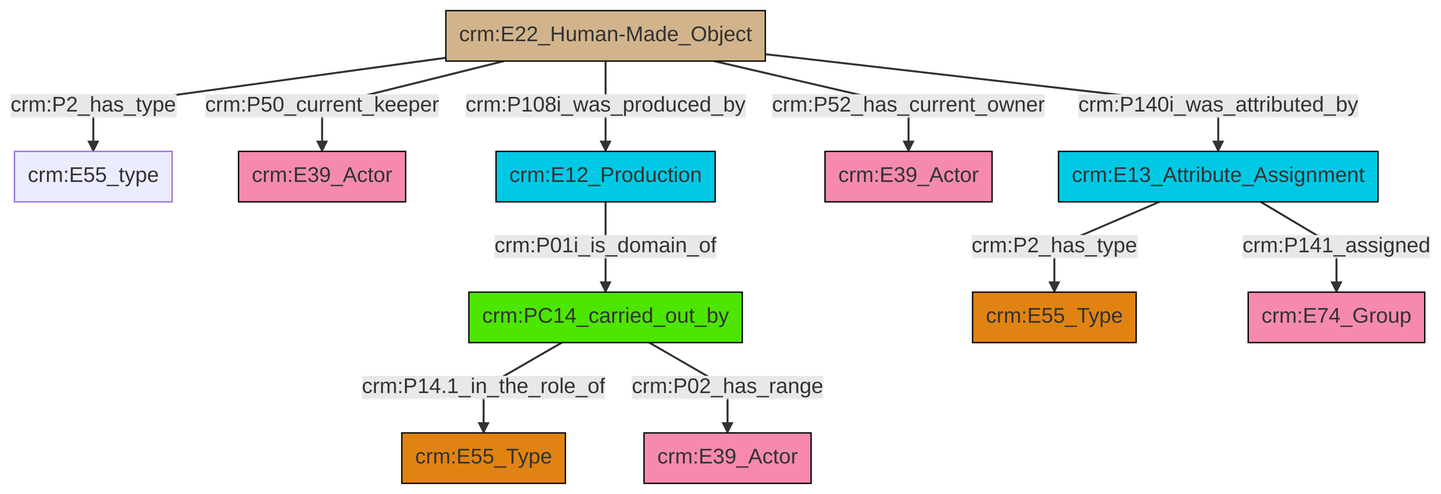
Earlier version of the Mermaid export et/artworkCSV/ttl/mmd/png/Artwork_Actor_Relations.png (swiss-art-research-net/docs.swissartresearch). Its source is kept beside it as et/artworkCSV/ttl/mmd/Artwork_Actor_Relations.ttl.mmd.
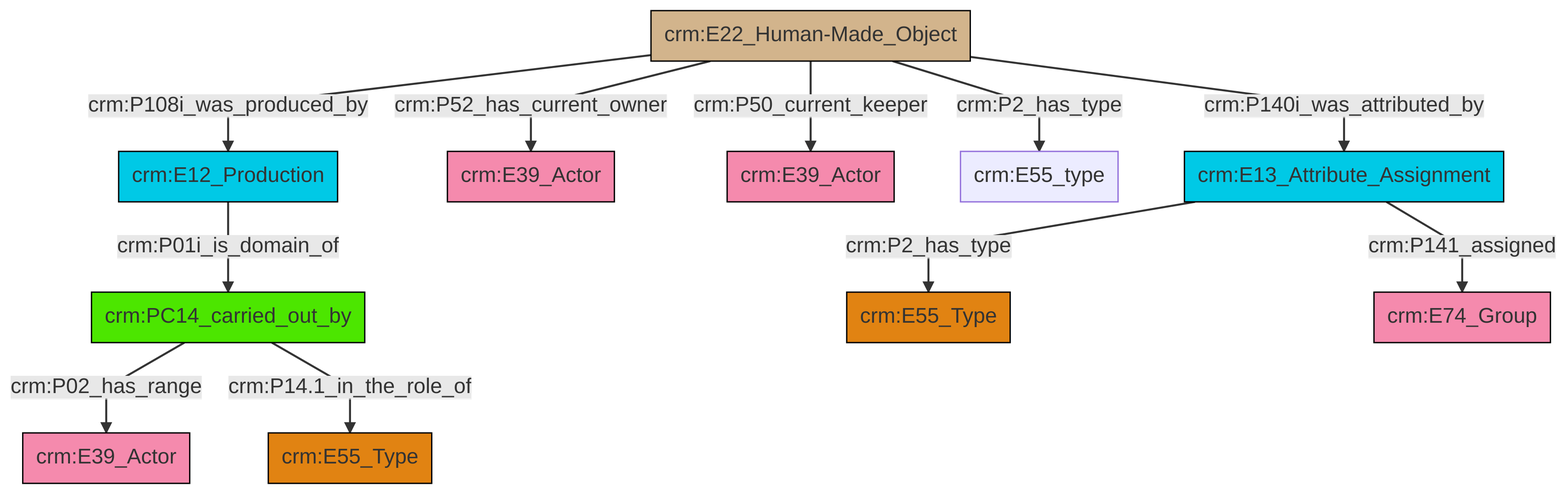
After the change.

What changed in the source:
```diff
@@ -13,13 +13,13 @@
 classDef PC_Classes fill:#4ce600, stroke:#000000;
 classDef Multi fill:#cccccc,stroke:#000000;
 
-0["crm:E22_Human-Made_Object"]:::Physical_Thing -->|crm:P2_has_type| 1["crm:E55_type"]:::Default
-0["crm:E22_Human-Made_Object"]:::Physical_Thing -->|crm:P50_current_keeper| 2["crm:E39_Actor"]:::Actor
-0["crm:E22_Human-Made_Object"]:::Physical_Thing -->|crm:P108i_was_produced_by| 7["crm:E12_Production"]:::Temporal_Entity
-10["crm:PC14_carried_out_by"]:::PC_Classes -->|crm:P14.1_in_the_role_of| 5["crm:E55_Type"]:::Type
-10["crm:PC14_carried_out_by"]:::PC_Classes -->|crm:P02_has_range| 11["crm:E39_Actor"]:::Actor
-0["crm:E22_Human-Made_Object"]:::Physical_Thing -->|crm:P52_has_current_owner| 8["crm:E39_Actor"]:::Actor
-0["crm:E22_Human-Made_Object"]:::Physical_Thing -->|crm:P140i_was_attributed_by| 12["crm:E13_Attribute_Assignment"]:::Temporal_Entity
-7["crm:E12_Production"]:::Temporal_Entity -->|crm:P01i_is_domain_of| 10["crm:PC14_carried_out_by"]:::PC_Classes
-12["crm:E13_Attribute_Assignment"]:::Temporal_Entity -->|crm:P2_has_type| 3["crm:E55_Type"]:::Type
-12["crm:E13_Attribute_Assignment"]:::Temporal_Entity -->|crm:P141_assigned| 20["crm:E74_Group"]:::Actor
+2["crm:E22_Human-Made_Object"]:::Physical_Thing -->|crm:P108i_was_produced_by| 6["crm:E12_Production"]:::Temporal_Entity
+2["crm:E22_Human-Made_Object"]:::Physical_Thing -->|crm:P52_has_current_owner| 10["crm:E39_Actor"]:::Actor
+2["crm:E22_Human-Made_Object"]:::Physical_Thing -->|crm:P50_current_keeper| 11["crm:E39_Actor"]:::Actor
+8["crm:PC14_carried_out_by"]:::PC_Classes -->|crm:P02_has_range| 15["crm:E39_Actor"]:::Actor
+2["crm:E22_Human-Made_Object"]:::Physical_Thing -->|crm:P2_has_type| 20["crm:E55_type"]:::Default
+6["crm:E12_Production"]:::Temporal_Entity -->|crm:P01i_is_domain_of| 8["crm:PC14_carried_out_by"]:::PC_Classes
+4["crm:E13_Attribute_Assignment"]:::Temporal_Entity -->|crm:P2_has_type| 0["crm:E55_Type"]:::Type
+8["crm:PC14_carried_out_by"]:::PC_Classes -->|crm:P14.1_in_the_role_of| 12["crm:E55_Type"]:::Type
+4["crm:E13_Attribute_Assignment"]:::Temporal_Entity -->|crm:P141_assigned| 17["crm:E74_Group"]:::Actor
+2["crm:E22_Human-Made_Object"]:::Physical_Thing -->|crm:P140i_was_attributed_by| 4["crm:E13_Attribute_Assignment"]:::Temporal_Entity
```
